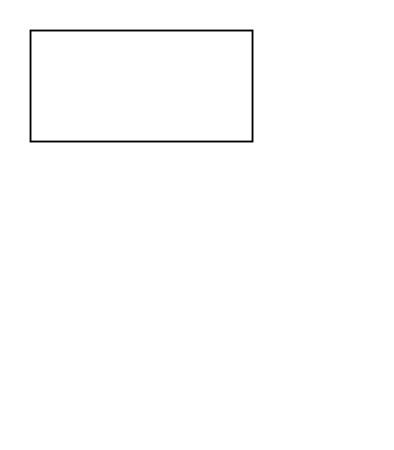
This is 未命名绘图.drawio from frankzhaopeng/frankzhaopeng.GitHub.io, a draw.io file, before an edit. Source tidied: cells renumbered, new cells numbered last; positions are measured from the earlier drawing's top-left corner, leaving out a move shared by most shapes. Both pictures are drawn from the tidied source at 185%, with x=0, y=0 at pixel (30, 30).
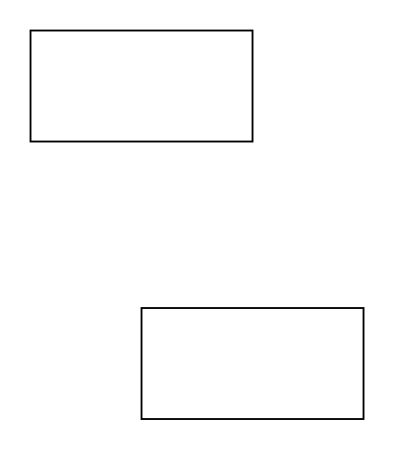
Above is the later version.

Commit message (it also covers changes not shown here):
更新未命名绘图.drawio

What changed in the source:
```diff
@@
 <mxGraphModel>
   <root>
     <mxCell id="0" />
     <mxCell id="1" parent="0" />
     <mxCell id="2" style="rounded=0;whiteSpace=wrap;html=1;" parent="1" vertex="1">
       <mxGeometry width="120" height="60" as="geometry" />
     </mxCell>
+    <mxCell id="3" style="rounded=0;whiteSpace=wrap;html=1;" parent="1" vertex="1">
+      <mxGeometry x="60" y="150" width="120" height="60" as="geometry" />
+    </mxCell>
   </root>
 </mxGraphModel>
```
